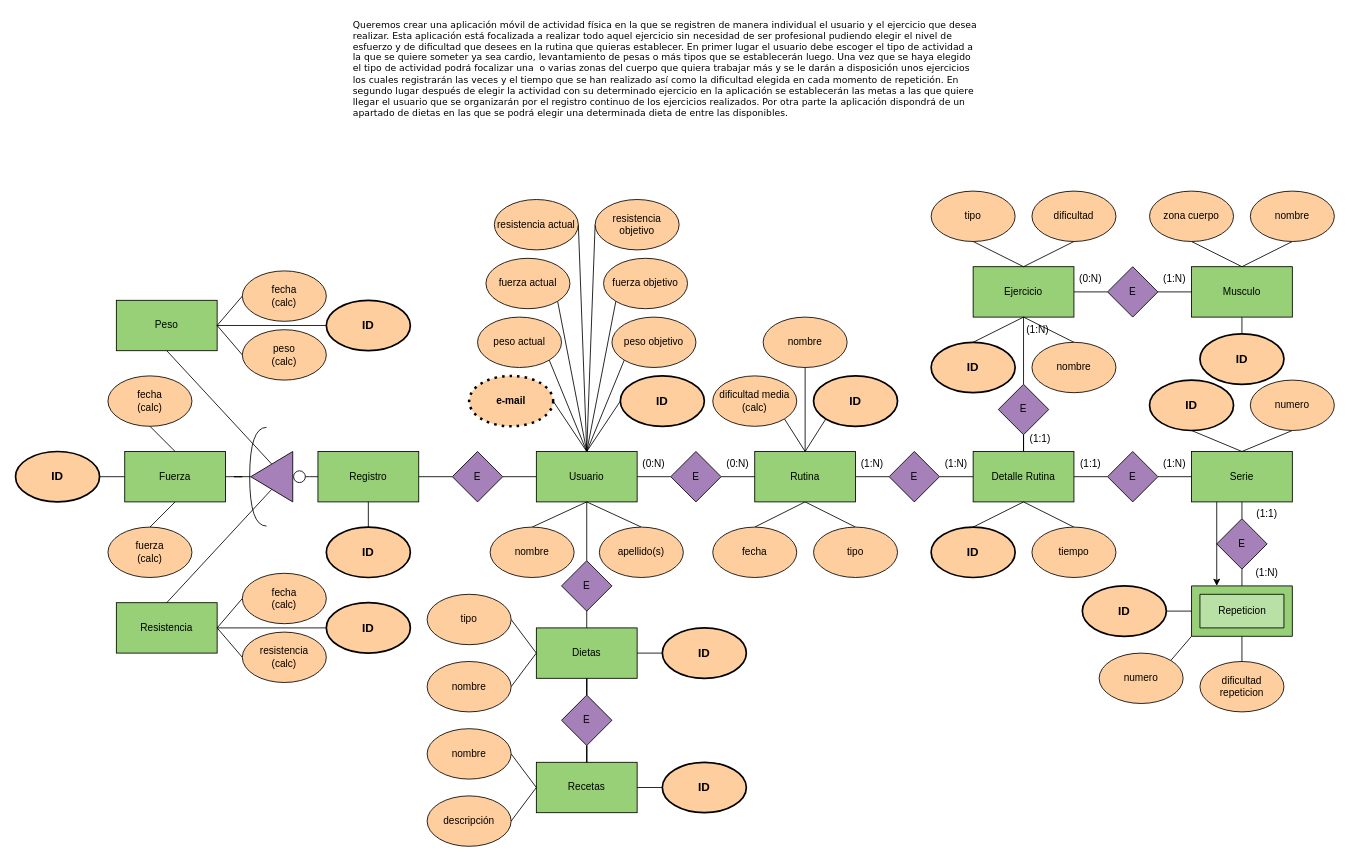
Above: drawio/Grupo 8 E/R Grupo 7.drawio in DiEgOfercri/Modelos-BBDD (draw.io), before the change. Source tidied: cells renumbered, new cells numbered last; positions are measured from the earlier drawing's top-left corner, leaving out a move shared by most shapes. Both pictures are drawn from the tidied source at 84%, with x=0, y=0 at pixel (15, 14).
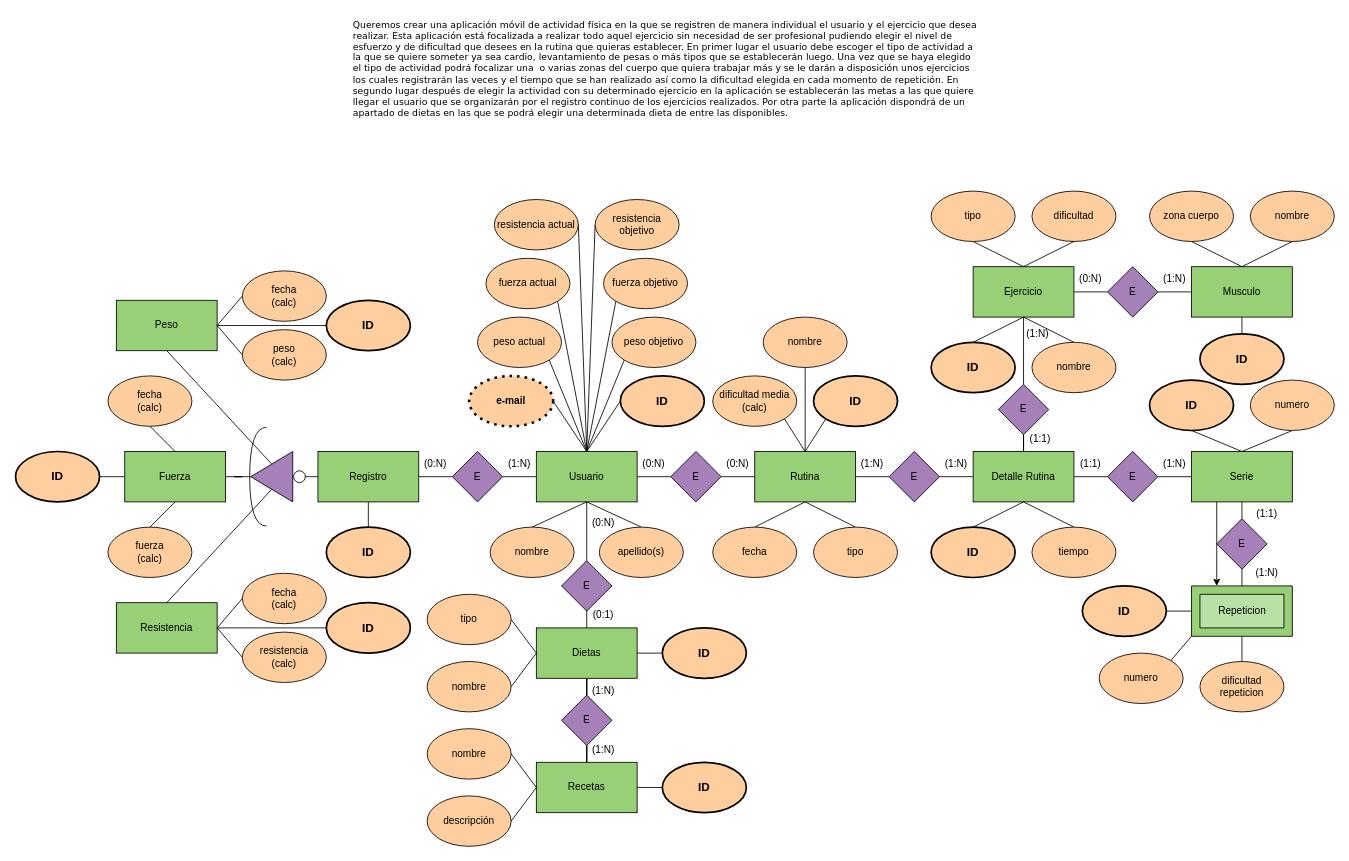
Above is the later version.

Diff of the diagram source:
```diff
@@
     <mxCell id="151" value="(1:N)" style="text;html=1;strokeColor=none;fillColor=none;align=center;verticalAlign=middle;whiteSpace=wrap;rounded=0;" parent="1" vertex="1">
-      <mxGeometry x="1187" y="360" width="60" height="30" as="geometry" />
+      <mxGeometry x="1187" y="365" width="60" height="30" as="geometry" />
     </mxCell>
@@
+    <mxCell id="154" value="(0:1)" style="text;html=1;strokeColor=none;fillColor=none;align=center;verticalAlign=middle;whiteSpace=wrap;rounded=0;" parent="1" vertex="1">
+      <mxGeometry x="670" y="700" width="60" height="30" as="geometry" />
+    </mxCell>
+    <mxCell id="155" value="(0:N)" style="text;html=1;strokeColor=none;fillColor=none;align=center;verticalAlign=middle;whiteSpace=wrap;rounded=0;" parent="1" vertex="1">
+      <mxGeometry x="670" y="590" width="60" height="30" as="geometry" />
+    </mxCell>
+    <mxCell id="156" value="(1:N)" style="text;html=1;strokeColor=none;fillColor=none;align=center;verticalAlign=middle;whiteSpace=wrap;rounded=0;" parent="1" vertex="1">
+      <mxGeometry x="670" y="860" width="60" height="30" as="geometry" />
+    </mxCell>
+    <mxCell id="157" value="(1:N)" style="text;html=1;strokeColor=none;fillColor=none;align=center;verticalAlign=middle;whiteSpace=wrap;rounded=0;" parent="1" vertex="1">
+      <mxGeometry x="670" y="790" width="60" height="30" as="geometry" />
+    </mxCell>
+    <mxCell id="158" value="(0:N)" style="text;html=1;strokeColor=none;fillColor=none;align=center;verticalAlign=middle;whiteSpace=wrap;rounded=0;" parent="1" vertex="1">
+      <mxGeometry x="470" y="520" width="60" height="30" as="geometry" />
+    </mxCell>
+    <mxCell id="159" value="(1:N)" style="text;html=1;strokeColor=none;fillColor=none;align=center;verticalAlign=middle;whiteSpace=wrap;rounded=0;" parent="1" vertex="1">
+      <mxGeometry x="570" y="520" width="60" height="30" as="geometry" />
+    </mxCell>
```
